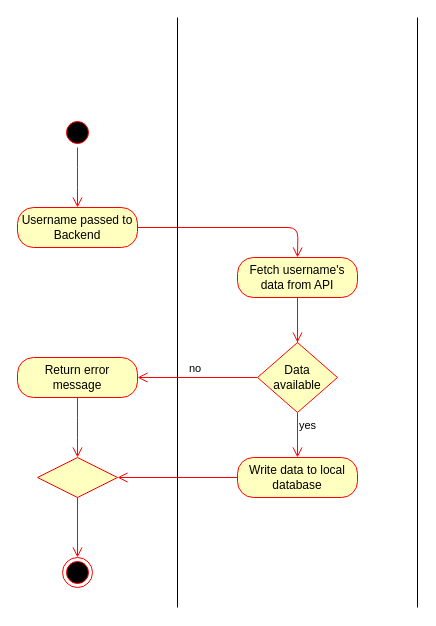
Earlier version of the draw.io diagram usecase/fetchdata/fetchdata.drawio (soshalyze/socialyze_doc). Source tidied: cells renumbered, new cells numbered last; positions are measured from the earlier drawing's top-left corner, leaving out a move shared by most shapes. Both pictures are drawn from the tidied source at 100%, with x=0, y=0 at pixel (17, 17).
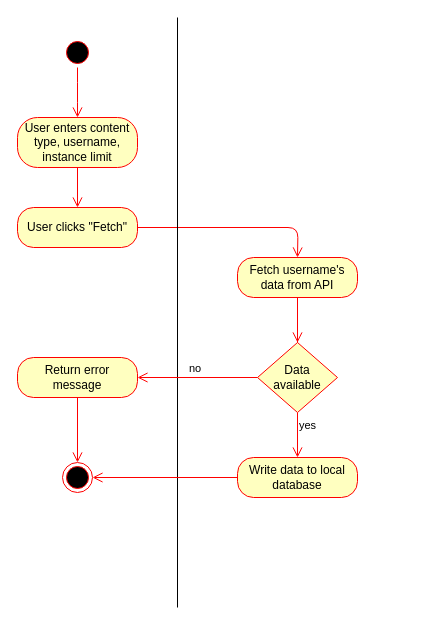
Above is the later version.

The change refers to these unchanged cells:
```xml
<mxCell id="14" value="Return error &lt;br&gt;message" style="rounded=1;whiteSpace=wrap;html=1;arcSize=40;fontColor=#000000;fillColor=#ffffc0;strokeColor=#ff0000;" parent="1" vertex="1">
  <mxGeometry y="340" width="120" height="40" as="geometry" />
</mxCell>
<mxCell id="18" value="Write data to local database" style="rounded=1;whiteSpace=wrap;html=1;arcSize=40;fontColor=#000000;fillColor=#ffffc0;strokeColor=#ff0000;" parent="1" vertex="1">
  <mxGeometry x="220" y="440" width="120" height="40" as="geometry" />
</mxCell>
```

Diff of the diagram source:
```diff
@@
     <mxCell id="2" style="ellipse;html=1;shape=startState;fillColor=#000000;strokeColor=#ff0000;" parent="1" vertex="1">
-      <mxGeometry x="45" y="100" width="30" height="30" as="geometry" />
+      <mxGeometry x="45" y="20" width="30" height="30" as="geometry" />
     </mxCell>
     <mxCell id="3" style="edgeStyle=orthogonalEdgeStyle;html=1;verticalAlign=bottom;endArrow=open;endSize=8;strokeColor=#ff0000;" parent="1" edge="1" source="2">
       <mxGeometry relative="1" as="geometry">
-        <mxPoint x="60" y="190" as="targetPoint" />
+        <mxPoint x="60" y="100" as="targetPoint" />
       </mxGeometry>
     </mxCell>
-    <mxCell id="4" value="Username passed to Backend" style="rounded=1;whiteSpace=wrap;html=1;arcSize=40;fontColor=#000000;fillColor=#ffffc0;strokeColor=#ff0000;" parent="1" vertex="1">
+    <mxCell id="4" value="User clicks &quot;Fetch&quot;" style="rounded=1;whiteSpace=wrap;html=1;arcSize=40;fontColor=#000000;fillColor=#ffffc0;strokeColor=#ff0000;" parent="1" vertex="1">
       <mxGeometry y="190" width="120" height="40" as="geometry" />
     </mxCell>
@@
-    <mxCell id="7" style="endArrow=none;html=1;" parent="1" edge="1">
-      <mxGeometry relative="1" as="geometry">
-        <mxPoint x="400" y="590" as="sourcePoint" />
-        <mxPoint x="400" as="targetPoint" />
-      </mxGeometry>
-    </mxCell>
@@
-    <mxCell id="12" value="Data&lt;br&gt;available" style="rhombus;whiteSpace=wrap;html=1;fillColor=#ffffc0;strokeColor=#ff0000;" parent="1" vertex="1">
+    <mxCell id="12" value="&lt;font color=&quot;#000000&quot;&gt;Data&lt;br&gt;available&lt;/font&gt;" style="rhombus;whiteSpace=wrap;html=1;fillColor=#ffffc0;strokeColor=#ff0000;" parent="1" vertex="1">
       <mxGeometry x="240" y="325" width="80" height="70" as="geometry" />
     </mxCell>
@@
-    <mxCell id="15" style="edgeStyle=orthogonalEdgeStyle;html=1;verticalAlign=bottom;endArrow=open;endSize=8;strokeColor=#ff0000;" parent="1" edge="1" source="14">
-      <mxGeometry relative="1" as="geometry">
-        <mxPoint x="60" y="440" as="targetPoint" />
-      </mxGeometry>
+    <mxCell id="15" style="edgeStyle=orthogonalEdgeStyle;html=1;verticalAlign=bottom;endArrow=open;endSize=8;strokeColor=#ff0000;entryX=0.5;entryY=0;entryDx=0;entryDy=0;" parent="1" edge="1" source="14" target="17">
+      <mxGeometry relative="1" as="geometry" />
     </mxCell>
-    <mxCell id="16" style="rhombus;whiteSpace=wrap;html=1;fillColor=#ffffc0;strokeColor=#ff0000;" parent="1" vertex="1">
-      <mxGeometry x="20" y="440" width="80" height="40" as="geometry" />
-    </mxCell>
     <mxCell id="17" style="ellipse;html=1;shape=endState;fillColor=#000000;strokeColor=#ff0000;" parent="1" vertex="1">
-      <mxGeometry x="45" y="540" width="30" height="30" as="geometry" />
+      <mxGeometry x="45" y="445" width="30" height="30" as="geometry" />
     </mxCell>
@@
-    <mxCell id="19" style="edgeStyle=orthogonalEdgeStyle;html=1;verticalAlign=bottom;endArrow=open;endSize=8;strokeColor=#ff0000;entryX=1;entryY=0.5;entryDx=0;entryDy=0;" parent="1" edge="1" source="18" target="16">
+    <mxCell id="19" style="edgeStyle=orthogonalEdgeStyle;html=1;verticalAlign=bottom;endArrow=open;endSize=8;strokeColor=#ff0000;entryX=1;entryY=0.5;entryDx=0;entryDy=0;" parent="1" edge="1" source="18" target="17">
       <mxGeometry relative="1" as="geometry" />
     </mxCell>
-    <mxCell id="20" style="edgeStyle=orthogonalEdgeStyle;html=1;verticalAlign=bottom;endArrow=open;endSize=8;strokeColor=#ff0000;exitX=0.5;exitY=1;exitDx=0;exitDy=0;entryX=0.5;entryY=0;entryDx=0;entryDy=0;" parent="1" edge="1" source="16" target="17">
-      <mxGeometry relative="1" as="geometry" />
-    </mxCell>
+    <mxCell id="21" value="User enters content type, username, instance limit" style="rounded=1;whiteSpace=wrap;html=1;arcSize=40;fontColor=#000000;fillColor=#ffffc0;strokeColor=#ff0000;" parent="1" vertex="1">
+      <mxGeometry y="100" width="120" height="50" as="geometry" />
+    </mxCell>
+    <mxCell id="22" style="edgeStyle=orthogonalEdgeStyle;html=1;verticalAlign=bottom;endArrow=open;endSize=8;strokeColor=#ff0000;exitX=0.5;exitY=1;exitDx=0;exitDy=0;entryX=0.5;entryY=0;entryDx=0;entryDy=0;" parent="1" edge="1" source="21" target="4">
+      <mxGeometry relative="1" as="geometry" />
+    </mxCell>
```
